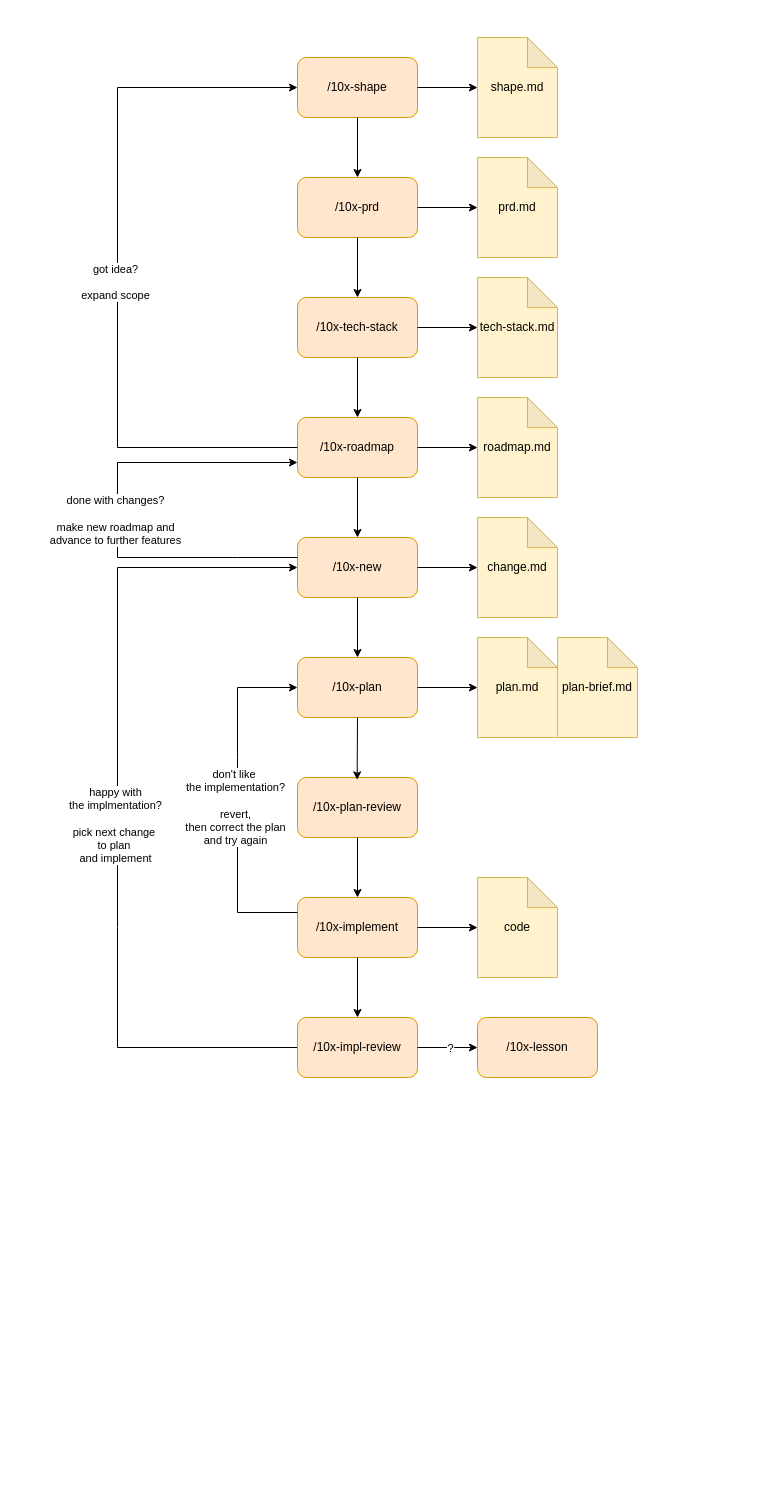
The draw.io diagram docs/reference/skills flows.drawio in pdrozdowski/MilkyWayTrader, before the edit. Source tidied: cells renumbered, new cells numbered last; positions are measured from the earlier drawing's top-left corner, leaving out a move shared by most shapes. Both pictures are drawn from the tidied source at 100%, with x=0, y=0 at pixel (117, 37).
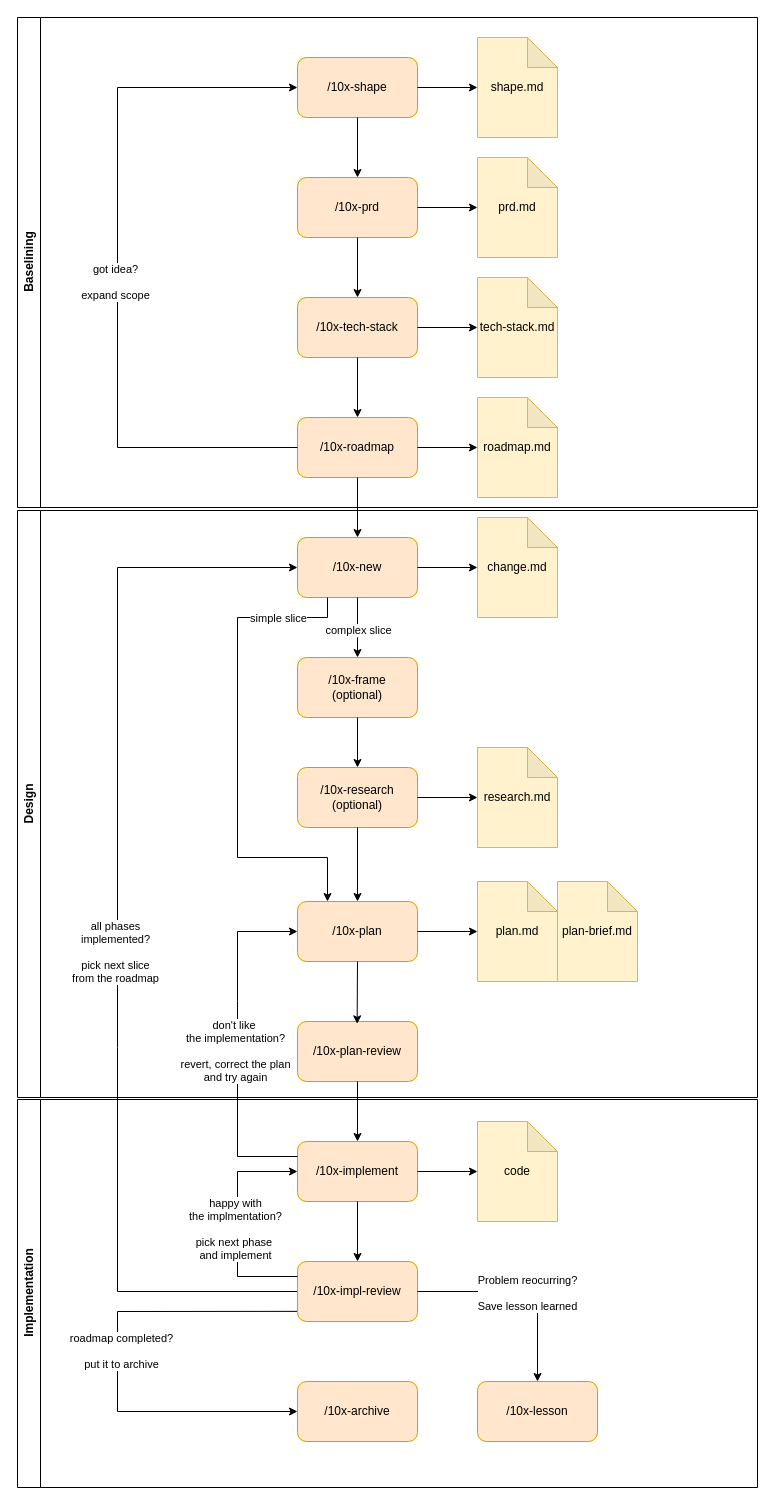
Above is the later version.

Commit message (it also covers changes not shown here):
s02 phase 4 - pushing to test on mobile

The change refers to these unchanged cells:
```xml
<mxCell id="4" value="/10x-roadmap" style="rounded=1;whiteSpace=wrap;html=1;fillColor=#ffe6cc;strokeColor=#d79b00;" parent="1" vertex="1">
  <mxGeometry x="180" y="380" width="120" height="60" as="geometry" />
</mxCell>
<mxCell id="19" value="/10x-new" style="rounded=1;whiteSpace=wrap;html=1;fillColor=#ffe6cc;strokeColor=#d79b00;" parent="1" vertex="1">
  <mxGeometry x="180" y="500" width="120" height="60" as="geometry" />
</mxCell>
```

Diff of the diagram source:
```diff
@@
     <mxCell id="20" value="/10x-plan" style="rounded=1;whiteSpace=wrap;html=1;fillColor=#ffe6cc;strokeColor=#d79b00;" parent="1" vertex="1">
-      <mxGeometry x="180" y="620" width="120" height="60" as="geometry" />
+      <mxGeometry x="180" y="864" width="120" height="60" as="geometry" />
     </mxCell>
     <mxCell id="21" value="/10x-plan-review" style="rounded=1;whiteSpace=wrap;html=1;fillColor=#ffe6cc;strokeColor=#d79b00;" parent="1" vertex="1">
-      <mxGeometry x="180" y="740" width="120" height="60" as="geometry" />
+      <mxGeometry x="180" y="984" width="120" height="60" as="geometry" />
     </mxCell>
@@
-    <mxCell id="23" style="endArrow=classic;html=1;rounded=0;entryX=0.5;entryY=0;entryDx=0;entryDy=0;exitX=0.5;exitY=1;exitDx=0;exitDy=0;" parent="1" edge="1" source="19" target="20">
-      <mxGeometry relative="1" as="geometry" />
+    <mxCell id="23" style="endArrow=classic;html=1;rounded=0;exitX=0.5;exitY=1;exitDx=0;exitDy=0;entryX=0.5;entryY=0;entryDx=0;entryDy=0;" parent="1" edge="1" source="19" target="54">
+      <mxGeometry relative="1" as="geometry">
+        <Array as="points">
+          <mxPoint x="240" y="600" />
+        </Array>
+      </mxGeometry>
     </mxCell>
+    <mxCell id="45" value="complex slice" style="edgeLabel;html=1;align=center;verticalAlign=middle;" parent="23" vertex="1">
+      <mxGeometry x="-0.4" y="1" relative="1" as="geometry">
+        <mxPoint x="-1" y="14" as="offset" />
+      </mxGeometry>
+    </mxCell>
@@
     <mxCell id="25" value="plan.md" style="shape=note;whiteSpace=wrap;html=1;backgroundOutline=1;darkOpacity=0.05;fillColor=#fff2cc;strokeColor=#d6b656;" parent="1" vertex="1">
-      <mxGeometry x="360" y="600" width="80" height="100" as="geometry" />
+      <mxGeometry x="360" y="844" width="80" height="100" as="geometry" />
     </mxCell>
     <mxCell id="26" value="plan-brief.md" style="shape=note;whiteSpace=wrap;html=1;backgroundOutline=1;darkOpacity=0.05;fillColor=#fff2cc;strokeColor=#d6b656;" parent="1" vertex="1">
-      <mxGeometry x="440" y="600" width="80" height="100" as="geometry" />
+      <mxGeometry x="440" y="844" width="80" height="100" as="geometry" />
     </mxCell>
@@
     <mxCell id="30" value="/10x-implement" style="rounded=1;whiteSpace=wrap;html=1;fillColor=#ffe6cc;strokeColor=#d79b00;" parent="1" vertex="1">
-      <mxGeometry x="180" y="860" width="120" height="60" as="geometry" />
+      <mxGeometry x="180" y="1104" width="120" height="60" as="geometry" />
     </mxCell>
@@
     <mxCell id="32" style="endArrow=classic;html=1;rounded=0;entryX=0;entryY=0.5;entryDx=0;entryDy=0;exitX=0;exitY=0.5;exitDx=0;exitDy=0;" parent="1" edge="1" source="40">
       <mxGeometry relative="1" as="geometry">
         <mxPoint x="180" y="530" as="targetPoint" />
         <Array as="points">
+          <mxPoint y="1254" />
           <mxPoint y="1010" />
           <mxPoint y="890" />
           <mxPoint y="530" />
         </Array>
       </mxGeometry>
     </mxCell>
-    <mxCell id="33" value="&lt;div&gt;happy with&lt;/div&gt;&lt;div&gt;the implmentation?&lt;/div&gt;&lt;div&gt;&lt;br&gt;&lt;/div&gt;pick next change&amp;nbsp;&lt;div&gt;to&amp;nbsp;&lt;span style=&quot;background-color: light-dark(#ffffff, var(--ge-dark-color, #121212)); color: light-dark(rgb(0, 0, 0), rgb(255, 255, 255));&quot;&gt;plan&amp;nbsp;&lt;/span&gt;&lt;/div&gt;&lt;div&gt;&lt;span style=&quot;background-color: light-dark(#ffffff, var(--ge-dark-color, #121212)); color: light-dark(rgb(0, 0, 0), rgb(255, 255, 255));&quot;&gt;and implement&lt;/span&gt;&lt;/div&gt;" style="edgeLabel;html=1;align=center;verticalAlign=middle;" parent="32" vertex="1">
+    <mxCell id="33" value="&lt;div&gt;&lt;span style=&quot;background-color: light-dark(#ffffff, var(--ge-dark-color, #121212)); color: light-dark(rgb(0, 0, 0), rgb(255, 255, 255));&quot;&gt;all phases &lt;br&gt;implemented?&lt;/span&gt;&lt;/div&gt;&lt;div&gt;&lt;br&gt;&lt;/div&gt;pick next slice&lt;div&gt;from the roadmap&lt;/div&gt;" style="edgeLabel;html=1;align=center;verticalAlign=middle;" parent="32" vertex="1">
       <mxGeometry x="-0.04" y="3" relative="1" as="geometry" />
     </mxCell>
     <mxCell id="34" value="code" style="shape=note;whiteSpace=wrap;html=1;backgroundOutline=1;darkOpacity=0.05;fillColor=#fff2cc;strokeColor=#d6b656;" parent="1" vertex="1">
-      <mxGeometry x="360" y="840" width="80" height="100" as="geometry" />
+      <mxGeometry x="360" y="1084" width="80" height="100" as="geometry" />
     </mxCell>
@@
     <mxCell id="36" style="endArrow=classic;html=1;rounded=0;entryX=0;entryY=0.5;entryDx=0;entryDy=0;exitX=0;exitY=0.25;exitDx=0;exitDy=0;" parent="1" edge="1" source="30" target="20">
       <mxGeometry relative="1" as="geometry">
         <Array as="points">
-          <mxPoint x="120" y="875" />
-          <mxPoint x="120" y="720" />
-          <mxPoint x="120" y="650" />
+          <mxPoint x="120" y="1119" />
+          <mxPoint x="120" y="964" />
+          <mxPoint x="120" y="894" />
         </Array>
       </mxGeometry>
     </mxCell>
-    <mxCell id="37" value="don't like&amp;nbsp;&lt;div&gt;the implementation?&lt;/div&gt;&lt;div&gt;&lt;br&gt;&lt;/div&gt;&lt;div&gt;revert,&lt;/div&gt;&lt;div&gt;then correct the plan&lt;/div&gt;&lt;div&gt;and try again&lt;/div&gt;" style="edgeLabel;html=1;align=center;verticalAlign=middle;" parent="36" vertex="1">
+    <mxCell id="37" value="don't like&amp;nbsp;&lt;div&gt;the implementation?&lt;/div&gt;&lt;div&gt;&lt;br&gt;&lt;/div&gt;&lt;div&gt;revert,&amp;nbsp;&lt;span style=&quot;background-color: light-dark(#ffffff, var(--ge-dark-color, #121212)); color: light-dark(rgb(0, 0, 0), rgb(255, 255, 255));&quot;&gt;correct the plan&lt;/span&gt;&lt;/div&gt;&lt;div&gt;and try again&lt;/div&gt;" style="edgeLabel;html=1;align=center;verticalAlign=middle;" parent="36" vertex="1">
       <mxGeometry x="-0.04" y="3" relative="1" as="geometry" />
     </mxCell>
-    <mxCell id="38" style="endArrow=classic;html=1;rounded=0;entryX=0;entryY=0.75;entryDx=0;entryDy=0;exitX=0;exitY=0.5;exitDx=0;exitDy=0;" parent="1" edge="1" target="4">
+    <mxCell id="38" style="endArrow=classic;html=1;rounded=0;entryX=0;entryY=0.5;entryDx=0;entryDy=0;exitX=0.017;exitY=0.831;exitDx=0;exitDy=0;exitPerimeter=0;" parent="1" edge="1" source="40" target="47">
       <mxGeometry relative="1" as="geometry">
-        <mxPoint x="180" y="520" as="sourcePoint" />
         <Array as="points">
-          <mxPoint x="120" y="520" />
-          <mxPoint y="520" />
-          <mxPoint y="425" />
+          <mxPoint y="1274" />
+          <mxPoint y="1374" />
         </Array>
       </mxGeometry>
     </mxCell>
-    <mxCell id="39" value="&lt;div&gt;&lt;span style=&quot;background-color: light-dark(#ffffff, var(--ge-dark-color, #121212)); color: light-dark(rgb(0, 0, 0), rgb(255, 255, 255));&quot;&gt;done with changes?&lt;/span&gt;&lt;/div&gt;&lt;div&gt;&lt;br&gt;&lt;/div&gt;make new roadmap and&lt;div&gt;advance to further features&lt;/div&gt;" style="edgeLabel;html=1;align=center;verticalAlign=middle;" parent="38" vertex="1">
+    <mxCell id="39" value="&lt;div&gt;&lt;span style=&quot;background-color: light-dark(#ffffff, var(--ge-dark-color, #121212)); color: light-dark(rgb(0, 0, 0), rgb(255, 255, 255));&quot;&gt;roadmap completed?&lt;/span&gt;&lt;/div&gt;&lt;div&gt;&lt;br&gt;&lt;/div&gt;put it to archive" style="edgeLabel;html=1;align=center;verticalAlign=middle;" parent="38" vertex="1">
       <mxGeometry x="-0.04" y="3" relative="1" as="geometry" />
     </mxCell>
     <mxCell id="40" value="/10x-impl-review" style="rounded=1;whiteSpace=wrap;html=1;fillColor=#ffe6cc;strokeColor=#d79b00;" parent="1" vertex="1">
-      <mxGeometry x="180" y="980" width="120" height="60" as="geometry" />
+      <mxGeometry x="180" y="1224" width="120" height="60" as="geometry" />
     </mxCell>
@@
     <mxCell id="42" value="/10x-lesson" style="rounded=1;whiteSpace=wrap;html=1;fillColor=#ffe6cc;strokeColor=#d79b00;" parent="1" vertex="1">
-      <mxGeometry x="360" y="980" width="120" height="60" as="geometry" />
+      <mxGeometry x="360" y="1344" width="120" height="60" as="geometry" />
     </mxCell>
-    <mxCell id="43" style="endArrow=classic;html=1;rounded=0;exitX=1;exitY=0.5;exitDx=0;exitDy=0;entryX=0;entryY=0.5;entryDx=0;entryDy=0;" parent="1" edge="1" source="40" target="42">
-      <mxGeometry relative="1" as="geometry" />
+    <mxCell id="43" style="endArrow=classic;html=1;rounded=0;exitX=1;exitY=0.5;exitDx=0;exitDy=0;entryX=0.5;entryY=0;entryDx=0;entryDy=0;" parent="1" edge="1" source="40" target="42">
+      <mxGeometry relative="1" as="geometry">
+        <Array as="points">
+          <mxPoint x="420" y="1254" />
+        </Array>
+      </mxGeometry>
     </mxCell>
@@
+    <mxCell id="46" value="Problem reocurring?&lt;div&gt;&lt;br&gt;&lt;/div&gt;&lt;div&gt;Save lesson learned&lt;/div&gt;" style="edgeLabel;html=1;align=center;verticalAlign=middle;" parent="43" vertex="1">
+      <mxGeometry x="0.04" y="-1" relative="1" as="geometry" />
+    </mxCell>
+    <mxCell id="47" value="/10x-archive" style="rounded=1;whiteSpace=wrap;html=1;fillColor=#ffe6cc;strokeColor=#d79b00;" parent="1" vertex="1">
+      <mxGeometry x="180" y="1344" width="120" height="60" as="geometry" />
+    </mxCell>
+    <mxCell id="48" style="endArrow=classic;html=1;rounded=0;entryX=0;entryY=0.5;entryDx=0;entryDy=0;exitX=0;exitY=0.25;exitDx=0;exitDy=0;" parent="1" edge="1" source="40" target="30">
+      <mxGeometry relative="1" as="geometry">
+        <Array as="points">
+          <mxPoint x="120" y="1239" />
+          <mxPoint x="120" y="1134" />
+        </Array>
+      </mxGeometry>
+    </mxCell>
+    <mxCell id="49" value="&lt;div&gt;happy with&lt;/div&gt;&lt;div&gt;the implmentation?&lt;/div&gt;&lt;div&gt;&lt;br&gt;&lt;/div&gt;pick next phase&amp;nbsp;&lt;div&gt;&lt;span style=&quot;background-color: light-dark(#ffffff, var(--ge-dark-color, #121212)); color: light-dark(rgb(0, 0, 0), rgb(255, 255, 255));&quot;&gt;and implement&lt;/span&gt;&lt;/div&gt;" style="edgeLabel;html=1;align=center;verticalAlign=middle;" parent="48" vertex="1">
+      <mxGeometry x="-0.04" y="3" relative="1" as="geometry" />
+    </mxCell>
+    <mxCell id="50" value="research.md" style="shape=note;whiteSpace=wrap;html=1;backgroundOutline=1;darkOpacity=0.05;fillColor=#fff2cc;strokeColor=#d6b656;" parent="1" vertex="1">
+      <mxGeometry x="360" y="710" width="80" height="100" as="geometry" />
+    </mxCell>
+    <mxCell id="51" value="/10x-research&lt;div&gt;(optional)&lt;/div&gt;" style="rounded=1;whiteSpace=wrap;html=1;fillColor=#ffe6cc;strokeColor=#d79b00;" parent="1" vertex="1">
+      <mxGeometry x="180" y="730" width="120" height="60" as="geometry" />
+    </mxCell>
+    <mxCell id="52" style="endArrow=classic;html=1;rounded=0;exitX=0.5;exitY=1;exitDx=0;exitDy=0;entryX=0.5;entryY=0;entryDx=0;entryDy=0;" parent="1" edge="1" source="51" target="20">
+      <mxGeometry relative="1" as="geometry" />
+    </mxCell>
+    <mxCell id="53" style="endArrow=classic;html=1;rounded=0;exitX=1;exitY=0.5;exitDx=0;exitDy=0;entryX=0;entryY=0.5;entryDx=0;entryDy=0;entryPerimeter=0;" parent="1" edge="1" source="51" target="50">
+      <mxGeometry relative="1" as="geometry" />
+    </mxCell>
+    <mxCell id="54" value="/10x-frame&lt;div&gt;(optional)&lt;/div&gt;" style="rounded=1;whiteSpace=wrap;html=1;fillColor=#ffe6cc;strokeColor=#d79b00;" parent="1" vertex="1">
+      <mxGeometry x="180" y="620" width="120" height="60" as="geometry" />
+    </mxCell>
+    <mxCell id="55" style="endArrow=classic;html=1;rounded=0;exitX=0.5;exitY=1;exitDx=0;exitDy=0;entryX=0.5;entryY=0;entryDx=0;entryDy=0;" parent="1" edge="1" source="54" target="51">
+      <mxGeometry relative="1" as="geometry" />
+    </mxCell>
+    <mxCell id="56" style="endArrow=classic;html=1;rounded=0;exitX=0.25;exitY=1;exitDx=0;exitDy=0;entryX=0.25;entryY=0;entryDx=0;entryDy=0;" parent="1" edge="1" source="19" target="20">
+      <mxGeometry relative="1" as="geometry">
+        <Array as="points">
+          <mxPoint x="210" y="580" />
+          <mxPoint x="120" y="580" />
+          <mxPoint x="120" y="820" />
+          <mxPoint x="210" y="820" />
+        </Array>
+      </mxGeometry>
+    </mxCell>
+    <mxCell id="57" value="simple slice" style="edgeLabel;html=1;align=center;verticalAlign=middle;" parent="56" vertex="1">
+      <mxGeometry x="-0.08" y="-2" relative="1" as="geometry">
+        <mxPoint x="42" y="-113" as="offset" />
+      </mxGeometry>
+    </mxCell>
+    <mxCell id="58" value="Baselining" style="swimlane;horizontal=0;whiteSpace=wrap;html=1;" parent="1" vertex="1">
+      <mxGeometry x="-100" y="-20" width="740" height="490" as="geometry" />
+    </mxCell>
+    <mxCell id="59" value="Design" style="swimlane;horizontal=0;whiteSpace=wrap;html=1;" parent="1" vertex="1">
+      <mxGeometry x="-100" y="473" width="740" height="587" as="geometry" />
+    </mxCell>
+    <mxCell id="60" value="Implementation" style="swimlane;horizontal=0;whiteSpace=wrap;html=1;" parent="1" vertex="1">
+      <mxGeometry x="-100" y="1062" width="740" height="388" as="geometry" />
+    </mxCell>
```
